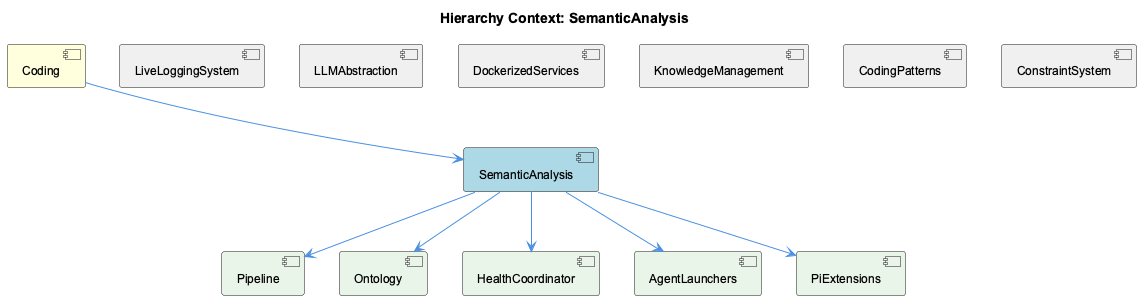
Earlier version of the PlantUML export knowledge-management/insights/images/semantic-analysis-relationship.png (fwornle/coding).
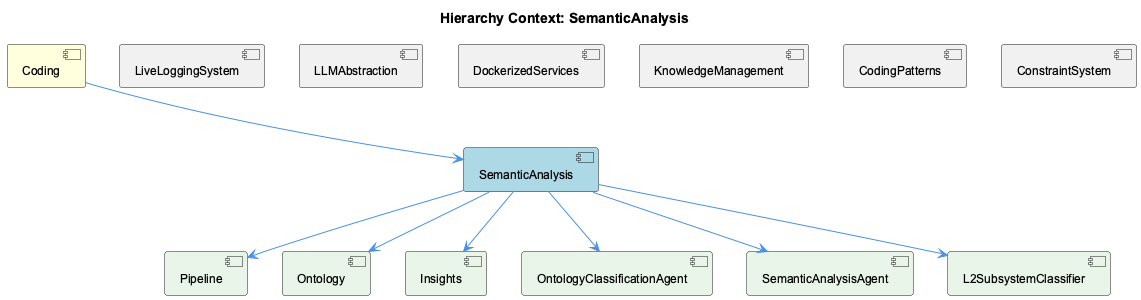
Later version of the same file.

Diff of the diagram source:
```diff
@@ -13,9 +13,10 @@
 [ConstraintSystem] as constraint_system #F0F0F0
 [Pipeline] as pipeline #E8F5E8
 [Ontology] as ontology #E8F5E8
-[HealthCoordinator] as health_coordinator #E8F5E8
-[AgentLaunchers] as agent_launchers #E8F5E8
-[PiExtensions] as pi_extensions #E8F5E8
+[Insights] as insights #E8F5E8
+[OntologyClassificationAgent] as ontology_classification_agent #E8F5E8
+[SemanticAnalysisAgent] as semantic_analysis_agent #E8F5E8
+[L2SubsystemClassifier] as l2_subsystem_classifier #E8F5E8
 
 coding --> semantic_analysis
 live_logging_system -[hidden]- semantic_analysis
@@ -26,8 +27,9 @@
 constraint_system -[hidden]- semantic_analysis
 semantic_analysis --> pipeline
 semantic_analysis --> ontology
-semantic_analysis --> health_coordinator
-semantic_analysis --> agent_launchers
-semantic_analysis --> pi_extensions
+semantic_analysis --> insights
+semantic_analysis --> ontology_classification_agent
+semantic_analysis --> semantic_analysis_agent
+semantic_analysis --> l2_subsystem_classifier
 
 @enduml
```
